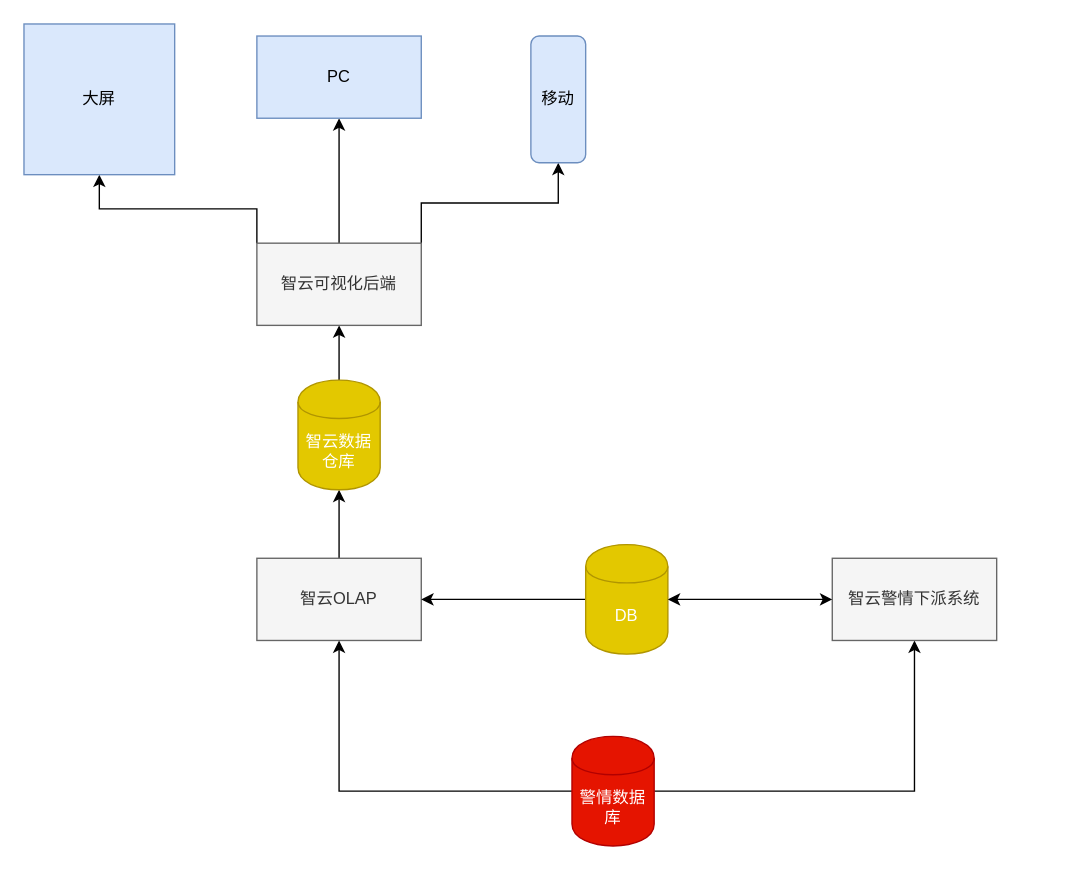
Above: docs/Untitled Diagram.drawio in zongzijie/study (draw.io), before the change. Source tidied: cells renumbered, new cells numbered last; positions are measured from the earlier drawing's top-left corner, leaving out a move shared by most shapes. Both pictures are drawn from the tidied source at 137%, with x=0, y=0 at pixel (23, 23).
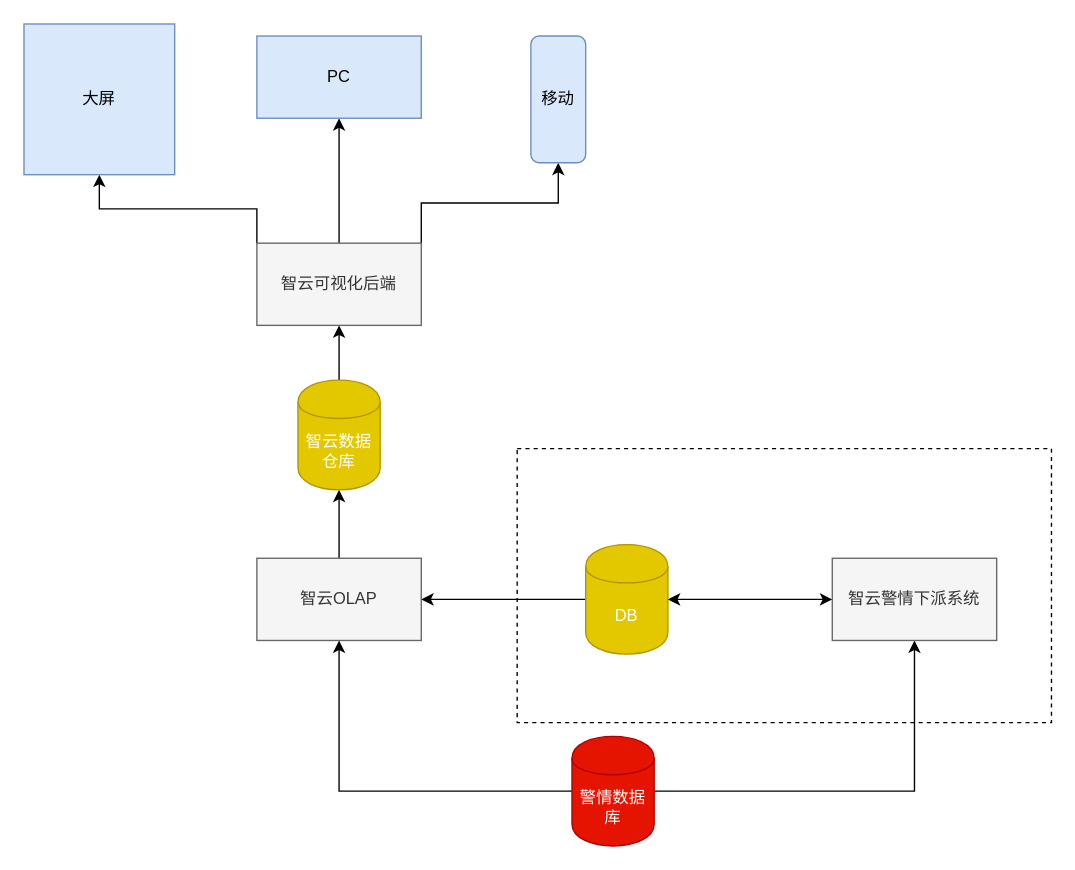
After the change.

Change to the diagram source:
```diff
@@
+    <mxCell id="20" style="rounded=0;whiteSpace=wrap;html=1;dashed=1;" parent="1" vertex="1">
+      <mxGeometry x="360" y="310" width="390" height="200" as="geometry" />
+    </mxCell>
```
